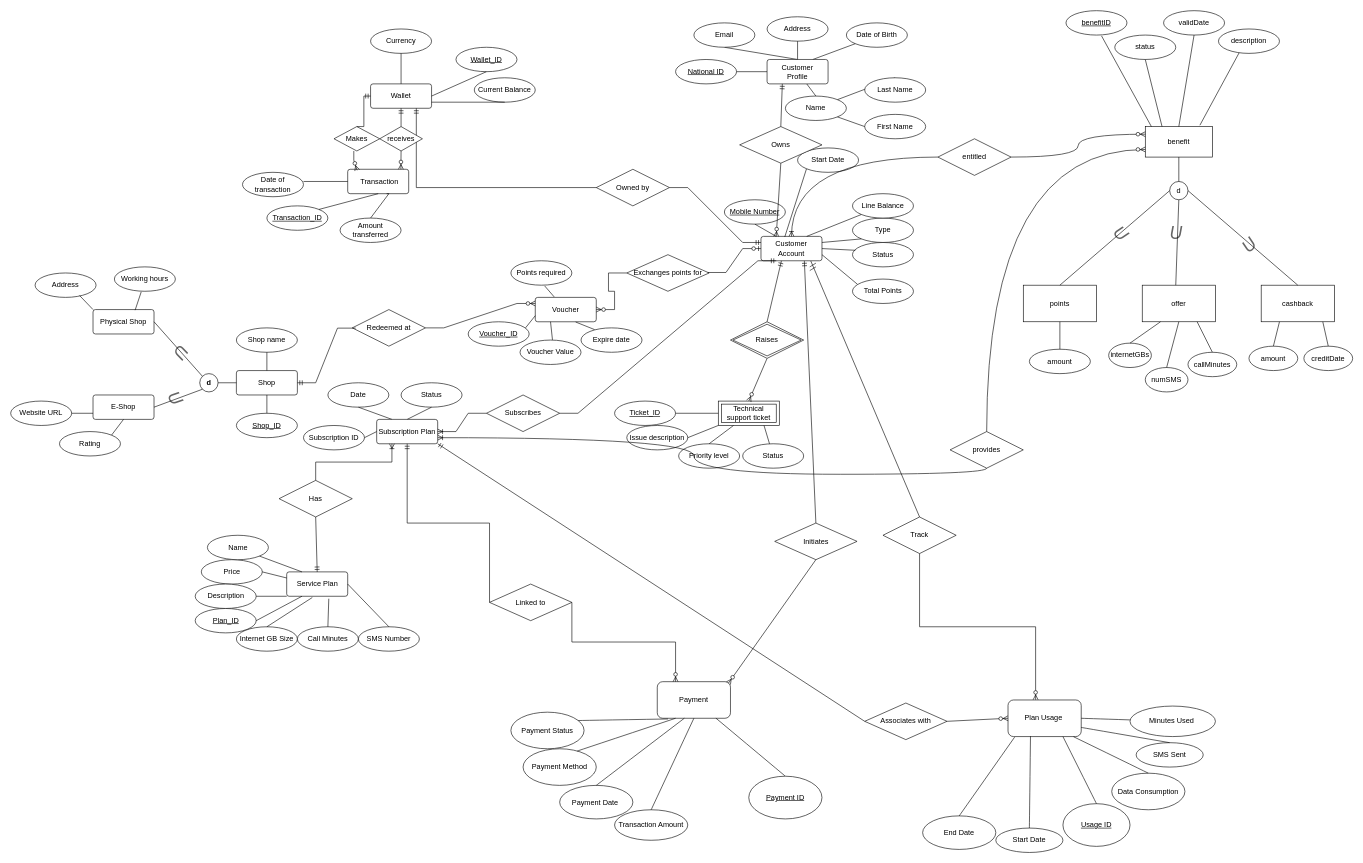
Above: mainERD.drawio in itsfadymate/Customer-Data-Management-System (draw.io), before the change. Source tidied: cells renumbered, new cells numbered last; positions are measured from the earlier drawing's top-left corner, leaving out a move shared by most shapes. Both pictures are drawn from the tidied source at 61%, with x=0, y=0 at pixel (10, 10).
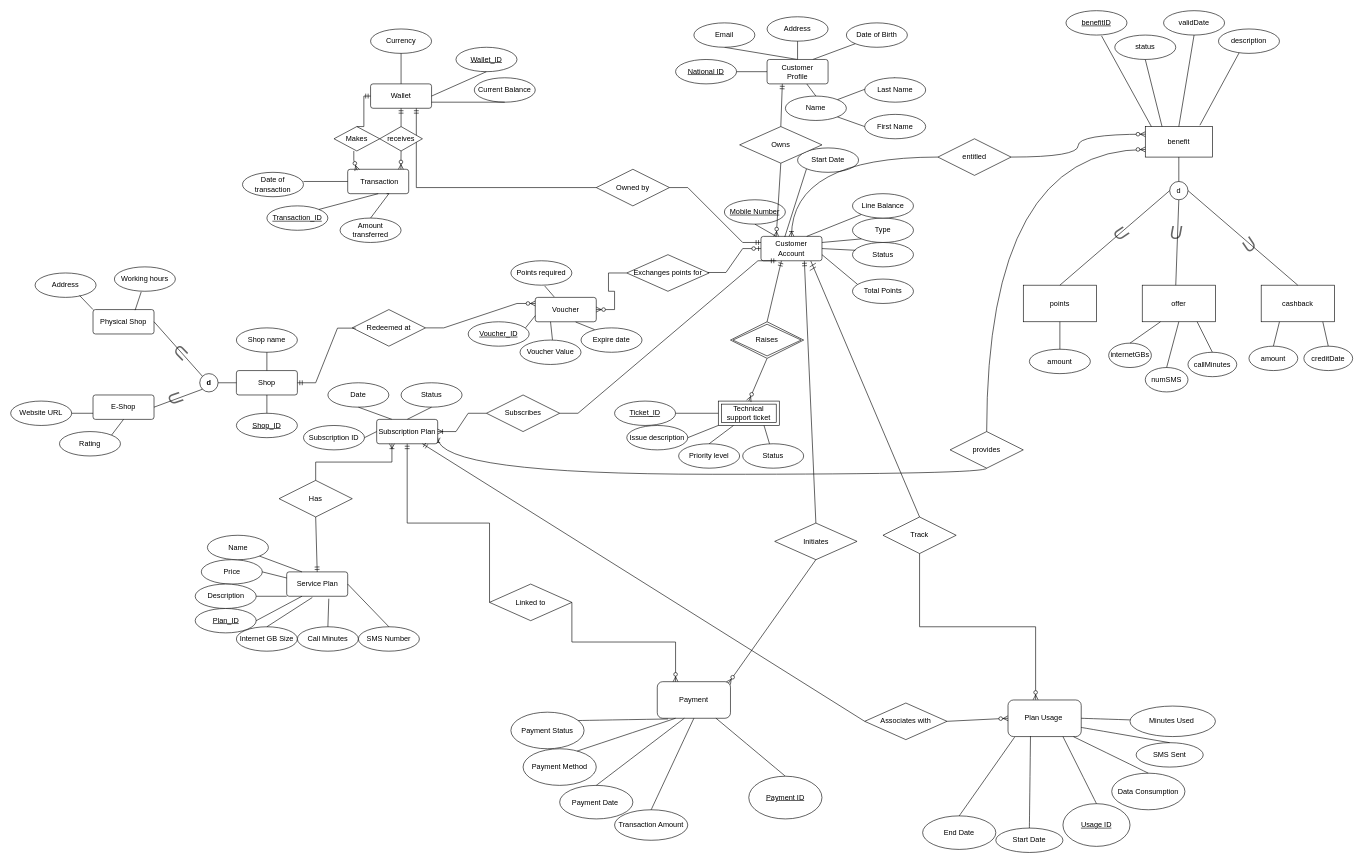
The same page after the edit.

Unchanged cells that the change refers to:
```xml
<mxCell id="147" value="provides" style="shape=rhombus;perimeter=rhombusPerimeter;whiteSpace=wrap;html=1;align=center;" parent="1" vertex="1">
  <mxGeometry x="1540" y="690" width="120" height="60" as="geometry" />
</mxCell>
<mxCell id="188" value="Subscription Plan" style="rounded=1;arcSize=10;whiteSpace=wrap;html=1;align=center;" parent="1" vertex="1">
  <mxGeometry x="600" y="670" width="100" height="40" as="geometry" />
</mxCell>
<mxCell id="195" value="Associates with" style="shape=rhombus;perimeter=rhombusPerimeter;whiteSpace=wrap;html=1;align=center;rotation=0;direction=west;" parent="1" vertex="1">
  <mxGeometry x="1400" y="1135" width="135" height="60" as="geometry" />
</mxCell>
```

What changed in the source:
```diff
@@
     <mxCell id="153" style="edgeStyle=orthogonalEdgeStyle;fontSize=12;html=1;endArrow=ERoneToMany;rounded=0;curved=1;exitX=0.5;exitY=1;exitDx=0;exitDy=0;entryX=1;entryY=0.75;entryDx=0;entryDy=0;" parent="1" edge="1" source="147" target="188">
-      <mxGeometry relative="1" as="geometry" />
+      <mxGeometry relative="1" as="geometry">
+        <Array as="points">
+          <mxPoint x="1600" y="760" />
+          <mxPoint x="700" y="760" />
+        </Array>
+      </mxGeometry>
     </mxCell>
@@
-    <mxCell id="194" style="fontSize=12;html=1;endArrow=ERmandOne;rounded=0;entryX=1;entryY=1;entryDx=0;entryDy=0;exitX=1;exitY=0.5;exitDx=0;exitDy=0;" parent="1" edge="1" source="195" target="188">
+    <mxCell id="194" style="fontSize=12;html=1;endArrow=ERmandOne;rounded=0;entryX=0.75;entryY=1;entryDx=0;entryDy=0;exitX=1;exitY=0.5;exitDx=0;exitDy=0;" parent="1" edge="1" source="195" target="188">
       <mxGeometry relative="1" as="geometry" />
     </mxCell>
```
